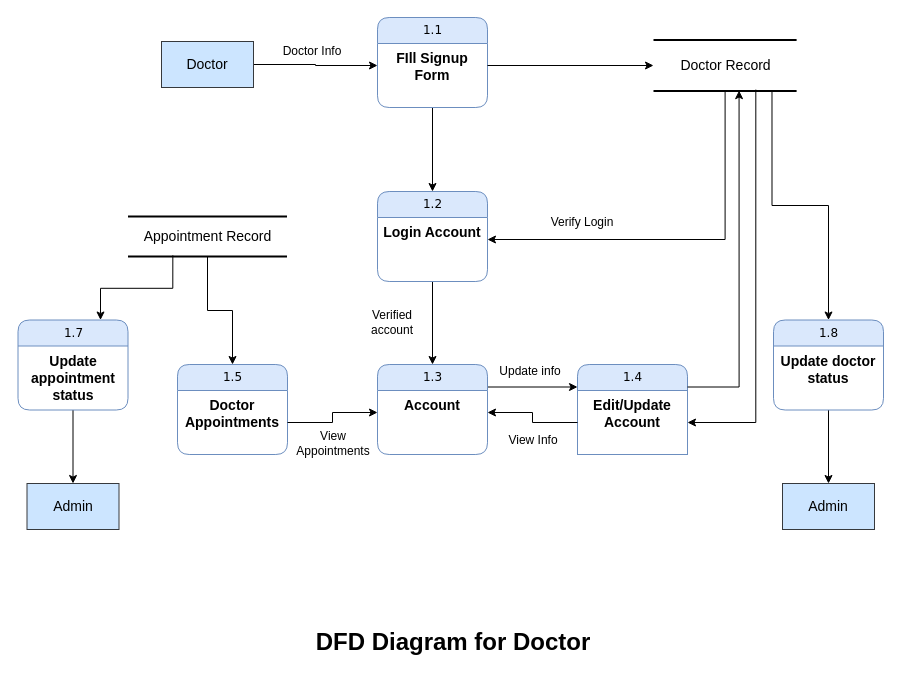
Earlier version of the draw.io diagram page "Page-2" (2 of 2) of [MISC]/Diagrams/DFD/Data Flow Diagram.drawio (IntelligentBeaver/Doctor-Appointment-System). Source tidied: cells renumbered, new cells numbered last; positions are measured from the earlier drawing's top-left corner, leaving out a move shared by most shapes. Both pictures are drawn from the tidied source at 100%, with x=0, y=0 at pixel (17, 17).
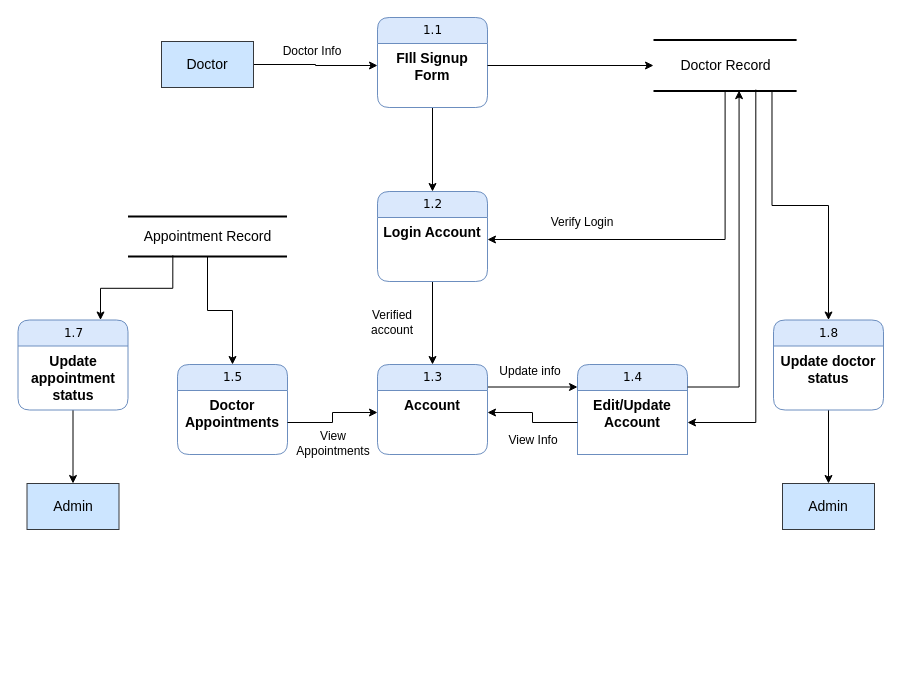
Above is the later version.

What changed in the source:
```diff
@@
-    <mxCell id="32" value="&lt;font style=&quot;font-size: 24px;&quot;&gt;&lt;b style=&quot;&quot;&gt;DFD Diagram for Doctor&lt;/b&gt;&lt;/font&gt;" style="text;html=1;strokeColor=none;fillColor=none;align=center;verticalAlign=middle;whiteSpace=wrap;rounded=0;" parent="1" vertex="1">
-      <mxGeometry x="296" y="610" width="280" height="30" as="geometry" />
-    </mxCell>
```
